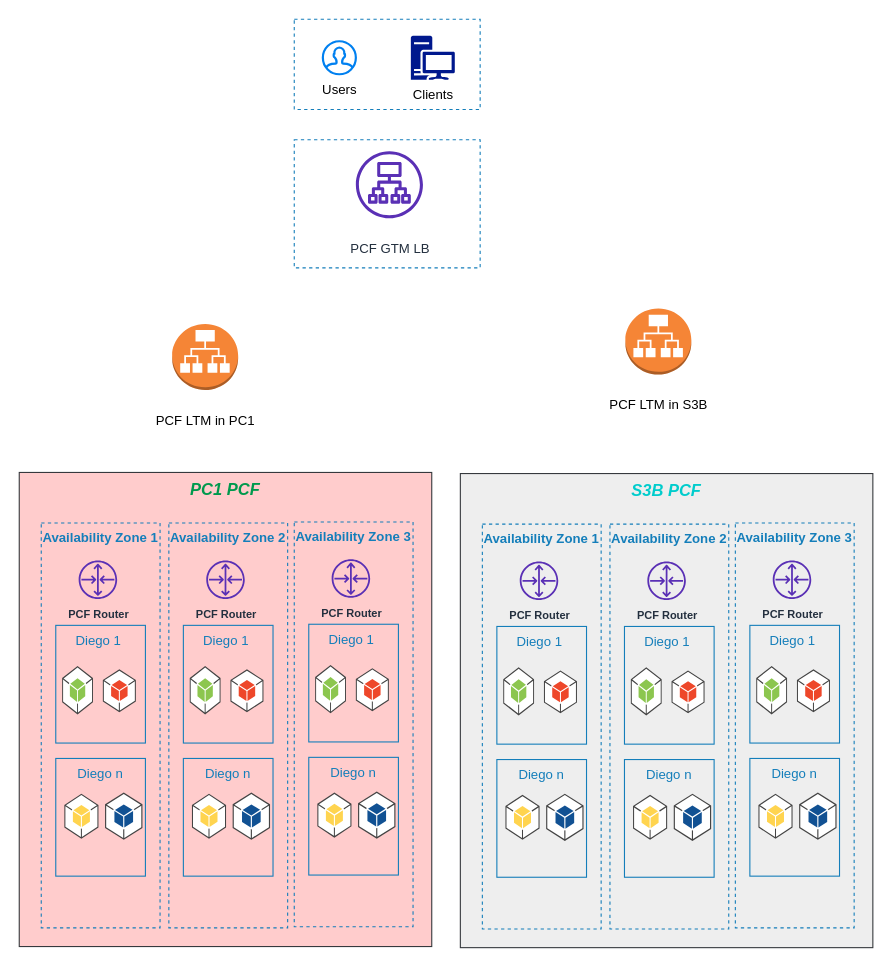
Before: PCF-HLA-General.drawio in rama78/app-config, a draw.io diagram. Source tidied: cells renumbered, new cells numbered last; positions are measured from the earlier drawing's top-left corner, leaving out a move shared by most shapes. Both pictures are drawn from the tidied source at 110%, with x=0, y=0 at pixel (19, 19).
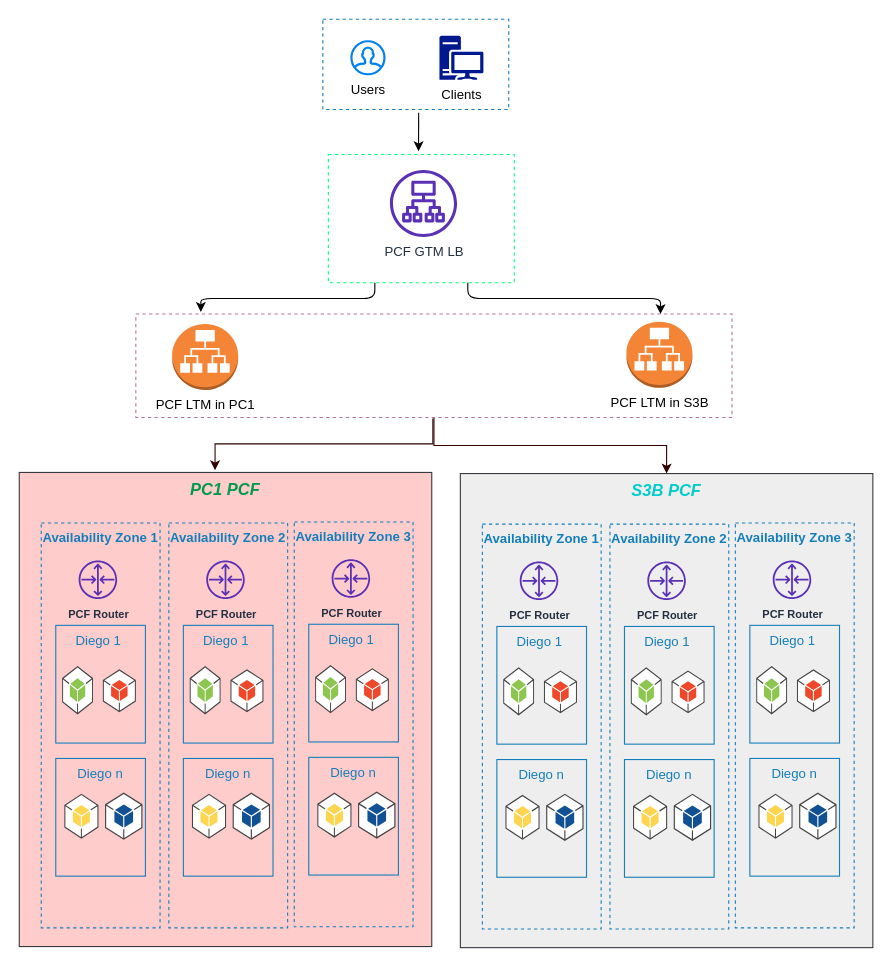
Above is the later version.

Unchanged cells that the change refers to:
```xml
<mxCell id="35" value="S3B PCF" style="verticalAlign=top;fontStyle=3;fontSize=15;fillColor=#eeeeee;strokeColor=#36393d;fontColor=#00CCCC;" parent="1" vertex="1">
  <mxGeometry x="401" y="413" width="375" height="431" as="geometry" />
</mxCell>
```

The edit, as a diff of the source:
```diff
@@
     <mxCell id="2" value="Users" style="html=1;verticalLabelPosition=bottom;align=center;labelBackgroundColor=#ffffff;verticalAlign=top;strokeWidth=2;strokeColor=#0080F0;shadow=0;dashed=0;shape=mxgraph.ios7.icons.user;" parent="1" vertex="1">
-      <mxGeometry x="276" y="20" width="30" height="30" as="geometry" />
+      <mxGeometry x="302" y="20" width="30" height="30" as="geometry" />
     </mxCell>
     <mxCell id="3" value="Clients" style="shadow=0;dashed=0;html=1;strokeColor=none;labelPosition=center;verticalLabelPosition=bottom;verticalAlign=top;align=center;fillColor=#00188D;shape=mxgraph.mscae.enterprise.workstation_client;" parent="1" vertex="1">
-      <mxGeometry x="356" y="15" width="40" height="40" as="geometry" />
+      <mxGeometry x="382" y="15" width="40" height="40" as="geometry" />
     </mxCell>
-    <mxCell id="4" value="&lt;br&gt;PCF GTM LB" style="fontColor=#232F3E;gradientColor=none;fillColor=#5A30B5;strokeColor=none;dashed=0;verticalLabelPosition=bottom;verticalAlign=top;align=center;html=1;fontSize=12;fontStyle=0;shape=mxgraph.aws4.application_load_balancer;" parent="1" vertex="1">
-      <mxGeometry x="306" y="120" width="61" height="61" as="geometry" />
+    <mxCell id="4" value="PCF GTM LB" style="fontColor=#232F3E;gradientColor=none;fillColor=#5A30B5;strokeColor=none;dashed=0;verticalLabelPosition=bottom;verticalAlign=top;align=center;html=1;fontSize=12;fontStyle=0;shape=mxgraph.aws4.application_load_balancer;" parent="1" vertex="1">
+      <mxGeometry x="337" y="137" width="61" height="61" as="geometry" />
     </mxCell>
-    <mxCell id="5" value="&lt;br&gt;PCF LTM in S3B" style="dashed=0;verticalLabelPosition=bottom;verticalAlign=top;align=center;html=1;shape=mxgraph.aws3.application_load_balancer;fillColor=#F58536;gradientColor=none;" parent="1" vertex="1">
-      <mxGeometry x="551" y="263" width="60" height="60" as="geometry" />
+    <mxCell id="5" value="PCF LTM in S3B" style="dashed=0;verticalLabelPosition=bottom;verticalAlign=top;align=center;html=1;shape=mxgraph.aws3.application_load_balancer;fillColor=#F58536;gradientColor=none;" parent="1" vertex="1">
+      <mxGeometry x="552" y="275" width="60" height="60" as="geometry" />
     </mxCell>
-    <mxCell id="6" value="&lt;br&gt;PCF LTM in PC1" style="dashed=0;verticalLabelPosition=bottom;verticalAlign=top;align=center;html=1;shape=mxgraph.aws3.application_load_balancer;fillColor=#F58536;gradientColor=none;" parent="1" vertex="1">
+    <mxCell id="6" value="PCF LTM in PC1" style="dashed=0;verticalLabelPosition=bottom;verticalAlign=top;align=center;html=1;shape=mxgraph.aws3.application_load_balancer;fillColor=#F58536;gradientColor=none;" parent="1" vertex="1">
       <mxGeometry x="139" y="277" width="60" height="60" as="geometry" />
     </mxCell>
@@
     <mxCell id="63" style="fillColor=none;strokeColor=#147EBA;dashed=1;verticalAlign=top;fontStyle=0;fontColor=#147EBA;" parent="1" vertex="1">
-      <mxGeometry x="250" width="169" height="82" as="geometry" />
+      <mxGeometry x="276" width="169" height="82" as="geometry" />
     </mxCell>
-    <mxCell id="64" style="fillColor=none;strokeColor=#147EBA;dashed=1;verticalAlign=top;fontStyle=0;fontColor=#147EBA;" parent="1" vertex="1">
-      <mxGeometry x="250" y="109.5" width="169" height="116.5" as="geometry" />
+    <mxCell id="64" style="fillColor=none;dashed=1;verticalAlign=top;fontStyle=0;fontColor=#147EBA;strokeColor=#00FF80;" parent="1" vertex="1">
+      <mxGeometry x="281" y="123" width="169" height="116.5" as="geometry" />
     </mxCell>
+    <mxCell id="65" style="edgeStyle=orthogonalEdgeStyle;rounded=0;jettySize=auto;html=1;strokeColor=#330000;fontSize=15;fontColor=#00994D;" parent="1" edge="1" source="66" target="35">
+      <mxGeometry relative="1" as="geometry" />
+    </mxCell>
+    <mxCell id="66" style="fillColor=none;dashed=1;verticalAlign=top;fontStyle=0;fontColor=#147EBA;strokeColor=#B5739D;" parent="1" vertex="1">
+      <mxGeometry x="106" y="268" width="542" height="94" as="geometry" />
+    </mxCell>
+    <mxCell id="67" style="endArrow=classic;html=1;fontSize=15;fontColor=#00994D;exitX=0.456;exitY=1.037;exitDx=0;exitDy=0;exitPerimeter=0;" parent="1" edge="1">
+      <mxGeometry relative="1" as="geometry">
+        <mxPoint x="363.1" y="85" as="sourcePoint" />
+        <mxPoint x="363" y="120" as="targetPoint" />
+      </mxGeometry>
+    </mxCell>
+    <mxCell id="68" style="endArrow=classic;html=1;fontSize=15;fontColor=#00994D;exitX=0.25;exitY=1;exitDx=0;exitDy=0;entryX=0.109;entryY=-0.021;entryDx=0;entryDy=0;entryPerimeter=0;edgeStyle=orthogonalEdgeStyle;" parent="1" edge="1" source="64" target="66">
+      <mxGeometry relative="1" as="geometry" />
+    </mxCell>
+    <mxCell id="69" style="endArrow=classic;html=1;fontSize=15;fontColor=#00994D;exitX=0.75;exitY=1;exitDx=0;exitDy=0;entryX=0.88;entryY=0;entryDx=0;entryDy=0;entryPerimeter=0;edgeStyle=orthogonalEdgeStyle;" parent="1" edge="1" source="64" target="66">
+      <mxGeometry relative="1" as="geometry" />
+    </mxCell>
+    <mxCell id="70" style="edgeStyle=orthogonalEdgeStyle;rounded=0;orthogonalLoop=1;jettySize=auto;html=1;strokeColor=#330000;fontSize=15;fontColor=#00994D;" parent="1" edge="1">
+      <mxGeometry relative="1" as="geometry">
+        <mxPoint x="376" y="363" as="sourcePoint" />
+        <mxPoint x="178" y="410" as="targetPoint" />
+        <Array as="points">
+          <mxPoint x="376" y="386" />
+          <mxPoint x="178" y="386" />
+        </Array>
+      </mxGeometry>
+    </mxCell>
```
